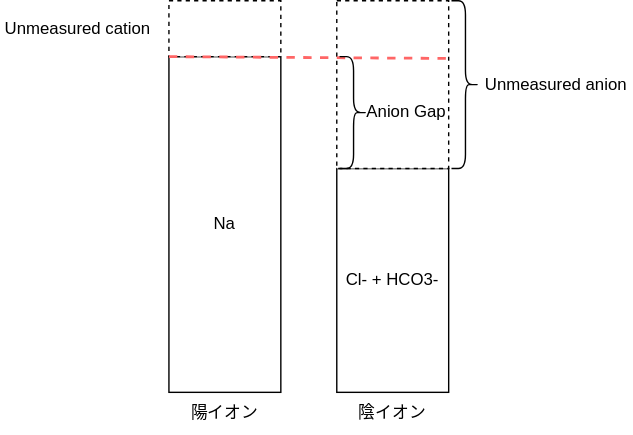
The draw.io diagram medicine/blood_gas_analysis_mi/images/serumAG_image.drawio.svg in figarofuga/personal-slides, before a commit. Source tidied: cells renumbered, new cells last; positions are measured from the earlier drawing's top-left corner, leaving out a move shared by most shapes.
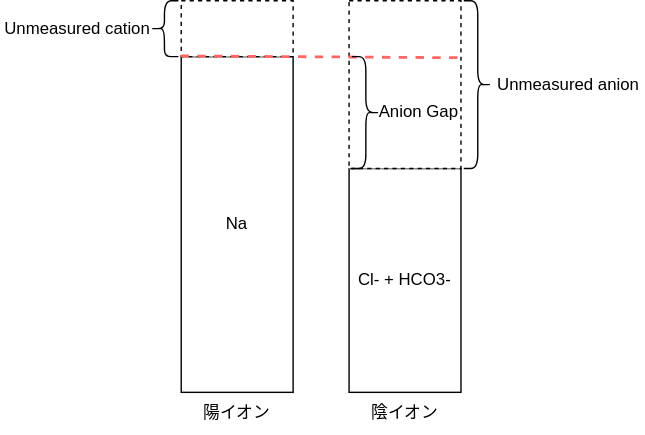
After the change.

The edit, as a diff of the source:
```diff
@@ -33,10 +33,13 @@
       <mxGeometry x="342" y="45" width="110" height="30" as="geometry" />
     </mxCell>
     <mxCell id="12" value="Unmeasured cation" style="text;html=1;align=center;verticalAlign=middle;whiteSpace=wrap;rounded=0;" parent="1" vertex="1">
-      <mxGeometry y="5" width="110" height="30" as="geometry" />
+      <mxGeometry x="-9" y="5" width="110" height="30" as="geometry" />
     </mxCell>
     <mxCell id="13" style="shape=curlyBracket;whiteSpace=wrap;html=1;rounded=1;flipH=1;labelPosition=right;verticalLabelPosition=middle;align=left;verticalAlign=middle;" parent="1" vertex="1">
       <mxGeometry x="322" width="20" height="120" as="geometry" />
     </mxCell>
+    <mxCell id="14" style="shape=curlyBracket;whiteSpace=wrap;html=1;rounded=1;labelPosition=left;verticalLabelPosition=middle;align=right;verticalAlign=middle;labelPerimeter=1;" parent="1" vertex="1">
+      <mxGeometry x="98" width="20" height="40" as="geometry" />
+    </mxCell>
   </root>
 </mxGraphModel>
```
